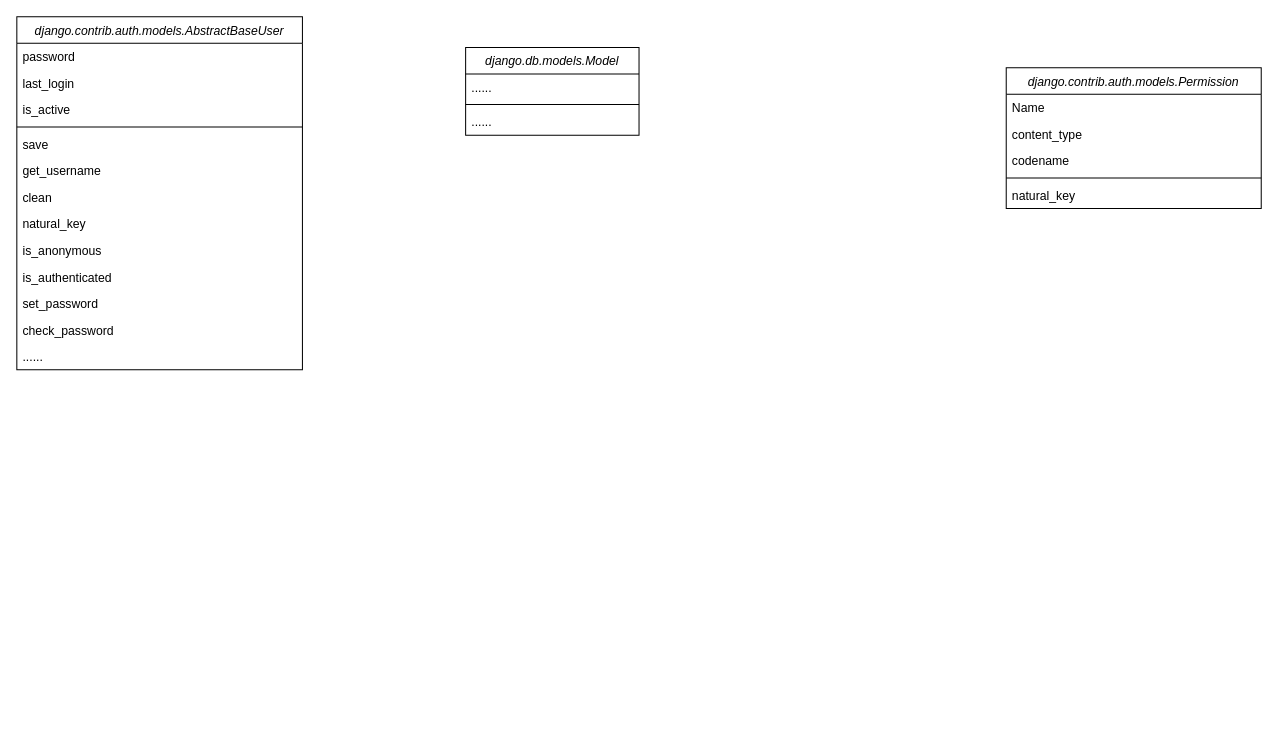
YuanchenZhu2020/DrawIO keeps this draw.io diagram as HIS-RBAC-Models.drawio. Above is the earlier version. Source tidied: cells renumbered, new cells numbered last; positions are measured from the earlier drawing's top-left corner, leaving out a move shared by most shapes. Both pictures are drawn from the tidied source at 102%, with x=0, y=0 at pixel (16, 16).
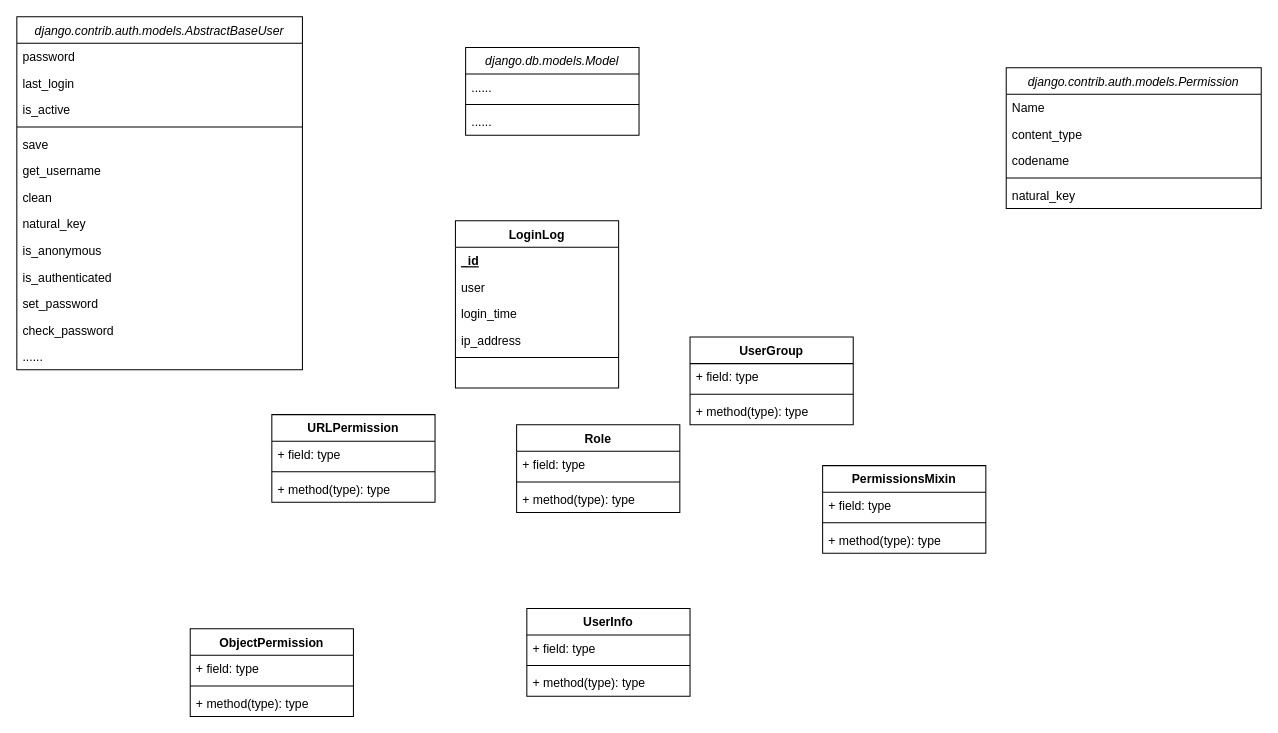
The same diagram, later.

Change to the diagram source:
```diff
@@
+    <mxCell id="26" value="LoginLog" style="swimlane;fontStyle=1;align=center;verticalAlign=top;horizontal=1;startSize=26;" parent="1" vertex="1">
+      <mxGeometry x="430" y="200" width="160" height="164" as="geometry" />
+    </mxCell>
+    <mxCell id="27" value="_id" style="text;strokeColor=none;fillColor=none;align=left;verticalAlign=top;spacingLeft=4;spacingRight=4;overflow=hidden;fontStyle=5;" parent="26" vertex="1">
+      <mxGeometry y="26" width="160" height="26" as="geometry" />
+    </mxCell>
+    <mxCell id="28" value="user" style="text;strokeColor=none;fillColor=none;align=left;verticalAlign=top;spacingLeft=4;spacingRight=4;overflow=hidden;" parent="26" vertex="1">
+      <mxGeometry y="52" width="160" height="26" as="geometry" />
+    </mxCell>
+    <mxCell id="29" value="login_time" style="text;strokeColor=none;fillColor=none;align=left;verticalAlign=top;spacingLeft=4;spacingRight=4;overflow=hidden;" parent="26" vertex="1">
+      <mxGeometry y="78" width="160" height="26" as="geometry" />
+    </mxCell>
+    <mxCell id="30" value="ip_address" style="text;strokeColor=none;fillColor=none;align=left;verticalAlign=top;spacingLeft=4;spacingRight=4;overflow=hidden;" parent="26" vertex="1">
+      <mxGeometry y="104" width="160" height="26" as="geometry" />
+    </mxCell>
+    <mxCell id="31" style="line;strokeWidth=1;fillColor=none;align=left;verticalAlign=middle;spacingTop=-1;spacingLeft=3;spacingRight=3;labelPosition=right;" parent="26" vertex="1">
+      <mxGeometry y="130" width="160" height="8" as="geometry" />
+    </mxCell>
+    <mxCell id="32" value=" " style="text;strokeColor=none;fillColor=none;align=left;verticalAlign=top;spacingLeft=4;spacingRight=4;overflow=hidden;" parent="26" vertex="1">
+      <mxGeometry y="138" width="160" height="26" as="geometry" />
+    </mxCell>
+    <mxCell id="33" value="URLPermission" style="swimlane;fontStyle=1;align=center;verticalAlign=top;horizontal=1;startSize=26;" parent="1" vertex="1">
+      <mxGeometry x="250" y="390" width="160" height="86" as="geometry" />
+    </mxCell>
+    <mxCell id="34" value="+ field: type" style="text;strokeColor=none;fillColor=none;align=left;verticalAlign=top;spacingLeft=4;spacingRight=4;overflow=hidden;" parent="33" vertex="1">
+      <mxGeometry y="26" width="160" height="26" as="geometry" />
+    </mxCell>
+    <mxCell id="35" style="line;strokeWidth=1;fillColor=none;align=left;verticalAlign=middle;spacingTop=-1;spacingLeft=3;spacingRight=3;labelPosition=right;" parent="33" vertex="1">
+      <mxGeometry y="52" width="160" height="8" as="geometry" />
+    </mxCell>
+    <mxCell id="36" value="+ method(type): type" style="text;strokeColor=none;fillColor=none;align=left;verticalAlign=top;spacingLeft=4;spacingRight=4;overflow=hidden;" parent="33" vertex="1">
+      <mxGeometry y="60" width="160" height="26" as="geometry" />
+    </mxCell>
+    <mxCell id="37" value="Role" style="swimlane;fontStyle=1;align=center;verticalAlign=top;horizontal=1;startSize=26;" parent="1" vertex="1">
+      <mxGeometry x="490" y="400" width="160" height="86" as="geometry" />
+    </mxCell>
+    <mxCell id="38" value="+ field: type" style="text;strokeColor=none;fillColor=none;align=left;verticalAlign=top;spacingLeft=4;spacingRight=4;overflow=hidden;" parent="37" vertex="1">
+      <mxGeometry y="26" width="160" height="26" as="geometry" />
+    </mxCell>
+    <mxCell id="39" style="line;strokeWidth=1;fillColor=none;align=left;verticalAlign=middle;spacingTop=-1;spacingLeft=3;spacingRight=3;labelPosition=right;" parent="37" vertex="1">
+      <mxGeometry y="52" width="160" height="8" as="geometry" />
+    </mxCell>
+    <mxCell id="40" value="+ method(type): type" style="text;strokeColor=none;fillColor=none;align=left;verticalAlign=top;spacingLeft=4;spacingRight=4;overflow=hidden;" parent="37" vertex="1">
+      <mxGeometry y="60" width="160" height="26" as="geometry" />
+    </mxCell>
+    <mxCell id="41" value="UserGroup" style="swimlane;fontStyle=1;align=center;verticalAlign=top;horizontal=1;startSize=26;" parent="1" vertex="1">
+      <mxGeometry x="660" y="314" width="160" height="86" as="geometry" />
+    </mxCell>
+    <mxCell id="42" value="+ field: type" style="text;strokeColor=none;fillColor=none;align=left;verticalAlign=top;spacingLeft=4;spacingRight=4;overflow=hidden;" parent="41" vertex="1">
+      <mxGeometry y="26" width="160" height="26" as="geometry" />
+    </mxCell>
+    <mxCell id="43" style="line;strokeWidth=1;fillColor=none;align=left;verticalAlign=middle;spacingTop=-1;spacingLeft=3;spacingRight=3;labelPosition=right;" parent="41" vertex="1">
+      <mxGeometry y="52" width="160" height="8" as="geometry" />
+    </mxCell>
+    <mxCell id="44" value="+ method(type): type" style="text;strokeColor=none;fillColor=none;align=left;verticalAlign=top;spacingLeft=4;spacingRight=4;overflow=hidden;" parent="41" vertex="1">
+      <mxGeometry y="60" width="160" height="26" as="geometry" />
+    </mxCell>
+    <mxCell id="45" value="PermissionsMixin" style="swimlane;fontStyle=1;align=center;verticalAlign=top;horizontal=1;startSize=26;" parent="1" vertex="1">
+      <mxGeometry x="790" y="440" width="160" height="86" as="geometry" />
+    </mxCell>
+    <mxCell id="46" value="+ field: type" style="text;strokeColor=none;fillColor=none;align=left;verticalAlign=top;spacingLeft=4;spacingRight=4;overflow=hidden;" parent="45" vertex="1">
+      <mxGeometry y="26" width="160" height="26" as="geometry" />
+    </mxCell>
+    <mxCell id="47" style="line;strokeWidth=1;fillColor=none;align=left;verticalAlign=middle;spacingTop=-1;spacingLeft=3;spacingRight=3;labelPosition=right;" parent="45" vertex="1">
+      <mxGeometry y="52" width="160" height="8" as="geometry" />
+    </mxCell>
+    <mxCell id="48" value="+ method(type): type" style="text;strokeColor=none;fillColor=none;align=left;verticalAlign=top;spacingLeft=4;spacingRight=4;overflow=hidden;" parent="45" vertex="1">
+      <mxGeometry y="60" width="160" height="26" as="geometry" />
+    </mxCell>
+    <mxCell id="49" value="UserInfo" style="swimlane;fontStyle=1;align=center;verticalAlign=top;horizontal=1;startSize=26;" parent="1" vertex="1">
+      <mxGeometry x="500" y="580" width="160" height="86" as="geometry" />
+    </mxCell>
+    <mxCell id="50" value="+ field: type" style="text;strokeColor=none;fillColor=none;align=left;verticalAlign=top;spacingLeft=4;spacingRight=4;overflow=hidden;" parent="49" vertex="1">
+      <mxGeometry y="26" width="160" height="26" as="geometry" />
+    </mxCell>
+    <mxCell id="51" style="line;strokeWidth=1;fillColor=none;align=left;verticalAlign=middle;spacingTop=-1;spacingLeft=3;spacingRight=3;labelPosition=right;" parent="49" vertex="1">
+      <mxGeometry y="52" width="160" height="8" as="geometry" />
+    </mxCell>
+    <mxCell id="52" value="+ method(type): type" style="text;strokeColor=none;fillColor=none;align=left;verticalAlign=top;spacingLeft=4;spacingRight=4;overflow=hidden;" parent="49" vertex="1">
+      <mxGeometry y="60" width="160" height="26" as="geometry" />
+    </mxCell>
+    <mxCell id="53" value="ObjectPermission" style="swimlane;fontStyle=1;align=center;verticalAlign=top;horizontal=1;startSize=26;" parent="1" vertex="1">
+      <mxGeometry x="170" y="600" width="160" height="86" as="geometry" />
+    </mxCell>
+    <mxCell id="54" value="+ field: type" style="text;strokeColor=none;fillColor=none;align=left;verticalAlign=top;spacingLeft=4;spacingRight=4;overflow=hidden;" parent="53" vertex="1">
+      <mxGeometry y="26" width="160" height="26" as="geometry" />
+    </mxCell>
+    <mxCell id="55" style="line;strokeWidth=1;fillColor=none;align=left;verticalAlign=middle;spacingTop=-1;spacingLeft=3;spacingRight=3;labelPosition=right;" parent="53" vertex="1">
+      <mxGeometry y="52" width="160" height="8" as="geometry" />
+    </mxCell>
+    <mxCell id="56" value="+ method(type): type" style="text;strokeColor=none;fillColor=none;align=left;verticalAlign=top;spacingLeft=4;spacingRight=4;overflow=hidden;" parent="53" vertex="1">
+      <mxGeometry y="60" width="160" height="26" as="geometry" />
+    </mxCell>
```
